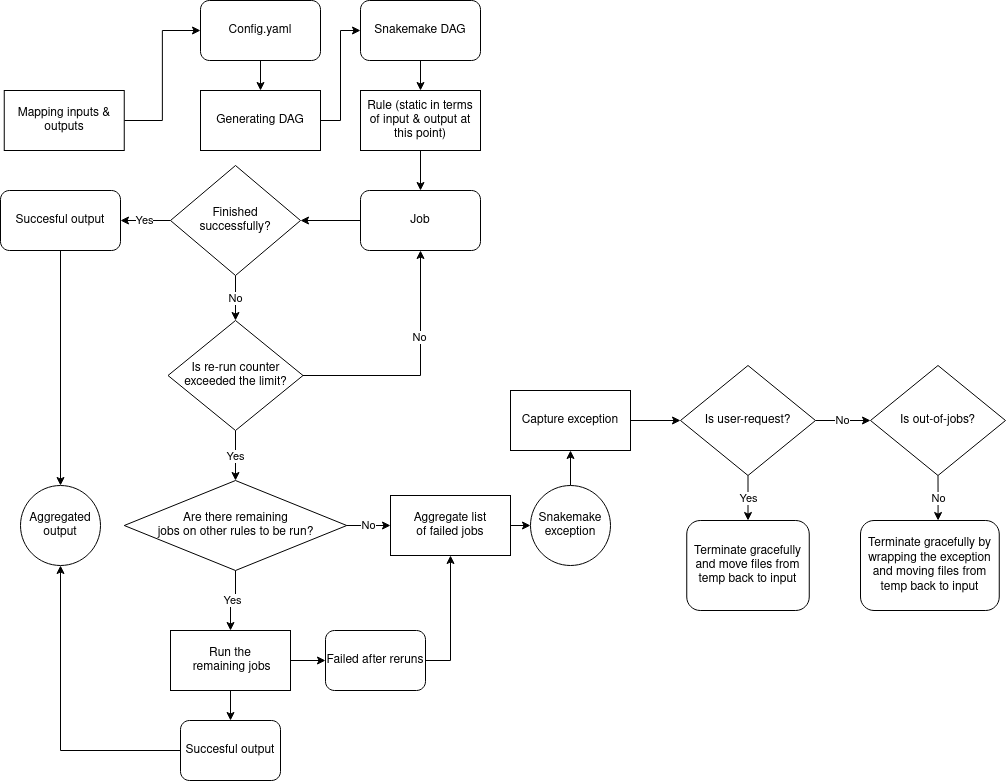
Before: notes/architect.drawio.png, a diagram exported from draw.io (NMRL/Ardetype). Source tidied: cells renumbered, new cells last; positions are measured from the earlier drawing's top-left corner, leaving out a move shared by most shapes.
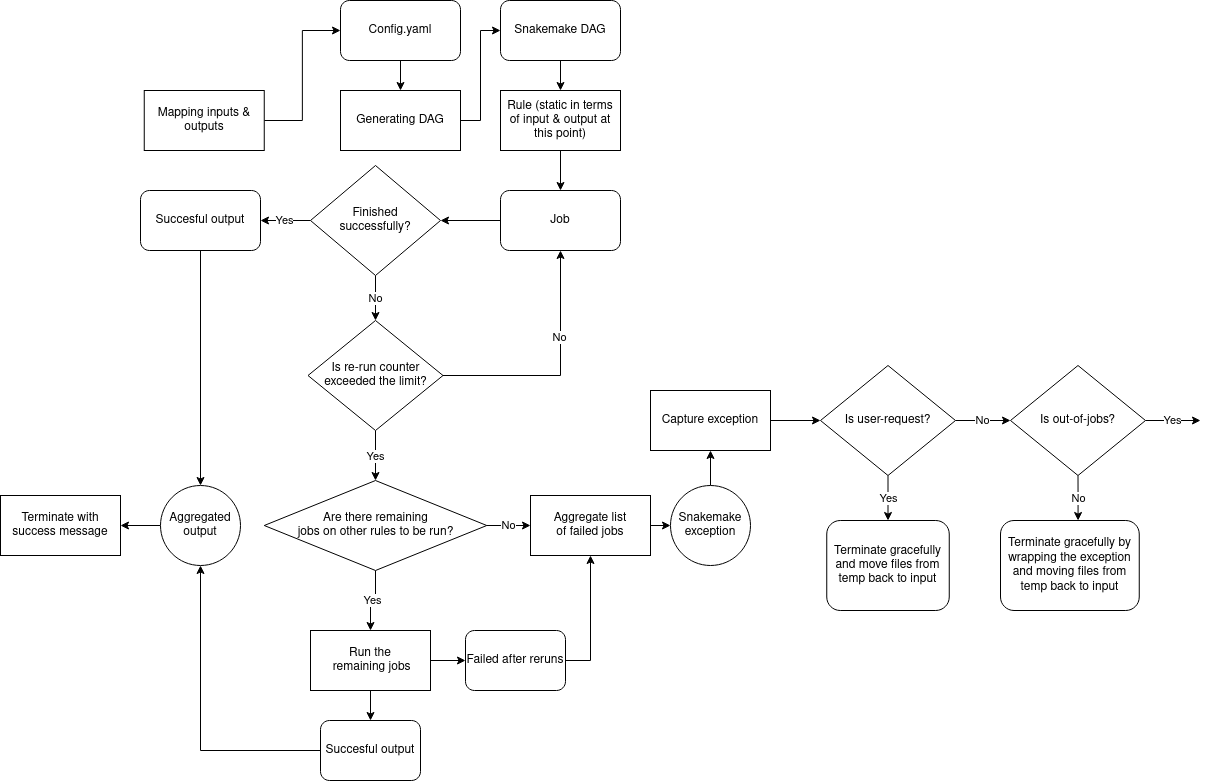
Later version of the same file.

The edit, as a diff of the source:
```diff
@@ -109,6 +109,9 @@
     <mxCell id="36" value="&lt;div&gt;Snakemake&lt;/div&gt;&lt;div&gt;exception&lt;br&gt;&lt;/div&gt;" style="ellipse;whiteSpace=wrap;html=1;" parent="1" vertex="1">
       <mxGeometry x="530" y="485" width="80" height="80" as="geometry" />
     </mxCell>
+    <mxCell id="47" style="edgeStyle=orthogonalEdgeStyle;rounded=0;jettySize=auto;html=1;exitX=0;exitY=0.5;exitDx=0;exitDy=0;entryX=1;entryY=0.5;entryDx=0;entryDy=0;" parent="1" edge="1" source="37" target="49">
+      <mxGeometry relative="1" as="geometry" />
+    </mxCell>
     <mxCell id="37" value="Aggregated&lt;br&gt;output" style="ellipse;whiteSpace=wrap;html=1;" parent="1" vertex="1">
       <mxGeometry x="20" y="485" width="80" height="80" as="geometry" />
     </mxCell>
@@ -135,11 +138,19 @@
         <mxPoint x="937.6" y="520" as="targetPoint" />
       </mxGeometry>
     </mxCell>
+    <mxCell id="48" value="Yes" style="edgeStyle=orthogonalEdgeStyle;rounded=0;jettySize=auto;html=1;" parent="1" edge="1" source="45">
+      <mxGeometry relative="1" as="geometry">
+        <mxPoint x="1060" y="420" as="targetPoint" />
+      </mxGeometry>
+    </mxCell>
     <mxCell id="45" value="Is out-of-jobs?" style="rhombus;whiteSpace=wrap;html=1;" parent="1" vertex="1">
       <mxGeometry x="870" y="365" width="135" height="110" as="geometry" />
     </mxCell>
     <mxCell id="46" value="Terminate gracefully by wrapping the exception and moving files from temp back to input" style="rounded=1;whiteSpace=wrap;html=1;" parent="1" vertex="1">
       <mxGeometry x="860" y="520" width="138.8" height="90" as="geometry" />
     </mxCell>
+    <mxCell id="49" value="Terminate with success message" style="rounded=0;whiteSpace=wrap;html=1;" parent="1" vertex="1">
+      <mxGeometry x="-140" y="495" width="120" height="60" as="geometry" />
+    </mxCell>
   </root>
 </mxGraphModel>
```
